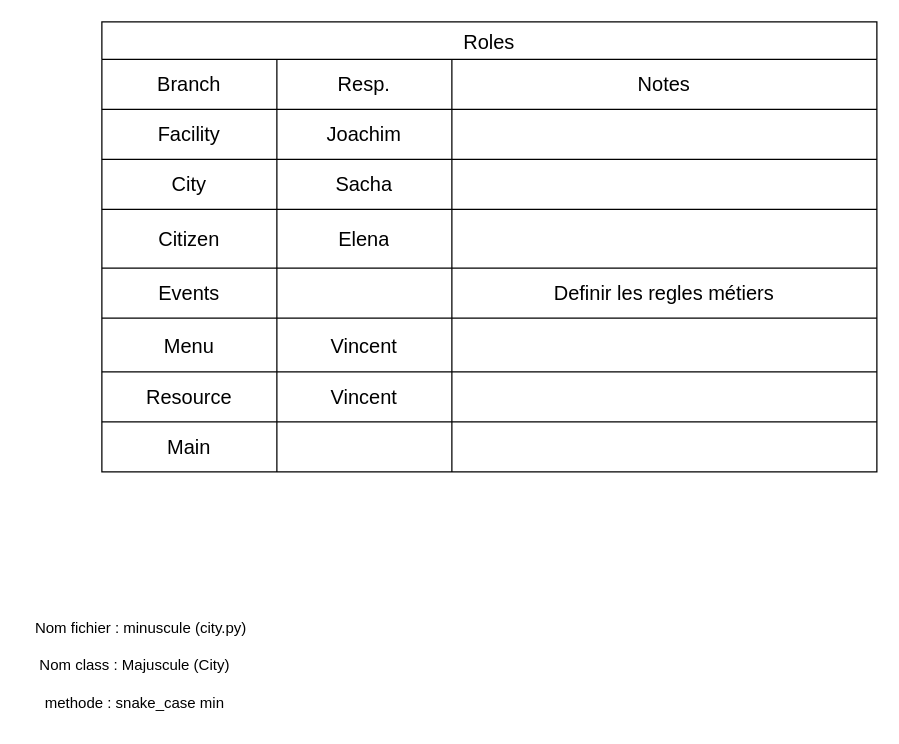
This is page "Page-2" (2 of 2) of Resources/CitySim_UML.drawio from elena-if3/Projet_POO_CitySim, a draw.io file, before an edit. Source tidied: cells renumbered, new cells numbered last; positions are measured from the earlier drawing's top-left corner, leaving out a move shared by most shapes. Both pictures are drawn from the tidied source at 125%, with x=0, y=0 at pixel (21, 21).
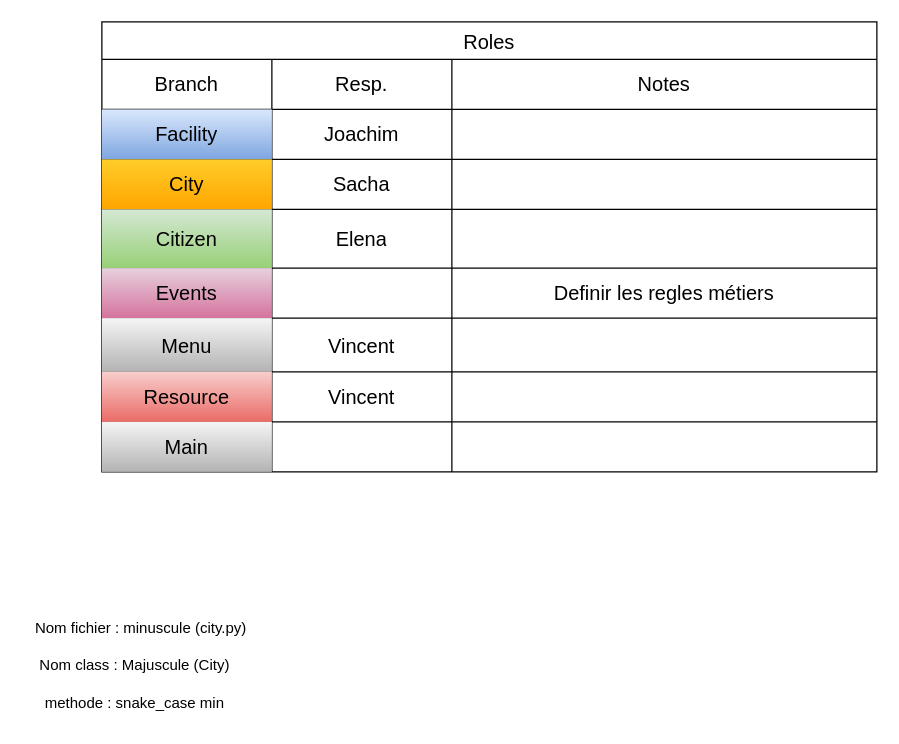
The same diagram, later.

The change refers to these unchanged cells:
```xml
<mxCell id="3" style="shape=tableRow;horizontal=0;startSize=0;swimlaneHead=0;swimlaneBody=0;strokeColor=inherit;top=0;left=0;bottom=0;right=0;fillColor=none;fontSize=16;" parent="2" vertex="1">
  <mxGeometry y="30" width="620" height="40" as="geometry" />
</mxCell>
<mxCell id="7" style="shape=tableRow;horizontal=0;startSize=0;swimlaneHead=0;swimlaneBody=0;strokeColor=inherit;top=0;left=0;bottom=0;right=0;fillColor=none;fontSize=16;" parent="2" vertex="1">
  <mxGeometry y="70" width="620" height="40" as="geometry" />
</mxCell>
<mxCell id="11" style="shape=tableRow;horizontal=0;startSize=0;swimlaneHead=0;swimlaneBody=0;strokeColor=inherit;top=0;left=0;bottom=0;right=0;fillColor=none;fontSize=16;" parent="2" vertex="1">
  <mxGeometry y="110" width="620" height="40" as="geometry" />
</mxCell>
<mxCell id="15" style="shape=tableRow;horizontal=0;startSize=0;swimlaneHead=0;swimlaneBody=0;strokeColor=inherit;top=0;left=0;bottom=0;right=0;fillColor=none;fontSize=16;" parent="2" vertex="1">
  <mxGeometry y="150" width="620" height="47" as="geometry" />
</mxCell>
<mxCell id="19" style="shape=tableRow;horizontal=0;startSize=0;swimlaneHead=0;swimlaneBody=0;strokeColor=inherit;top=0;left=0;bottom=0;right=0;fillColor=none;fontSize=16;" parent="2" vertex="1">
  <mxGeometry y="197" width="620" height="40" as="geometry" />
</mxCell>
<mxCell id="23" style="shape=tableRow;horizontal=0;startSize=0;swimlaneHead=0;swimlaneBody=0;strokeColor=inherit;top=0;left=0;bottom=0;right=0;fillColor=none;fontSize=16;" parent="2" vertex="1">
  <mxGeometry y="237" width="620" height="43" as="geometry" />
</mxCell>
<mxCell id="27" style="shape=tableRow;horizontal=0;startSize=0;swimlaneHead=0;swimlaneBody=0;strokeColor=inherit;top=0;left=0;bottom=0;right=0;fillColor=none;fontSize=16;" parent="2" vertex="1">
  <mxGeometry y="280" width="620" height="40" as="geometry" />
</mxCell>
<mxCell id="31" style="shape=tableRow;horizontal=0;startSize=0;swimlaneHead=0;swimlaneBody=0;strokeColor=inherit;top=0;left=0;bottom=0;right=0;fillColor=none;fontSize=16;" parent="2" vertex="1">
  <mxGeometry y="320" width="620" height="40" as="geometry" />
</mxCell>
```

Change to the diagram source:
```diff
@@
     <mxCell id="4" value="Branch" style="shape=partialRectangle;html=1;whiteSpace=wrap;strokeColor=inherit;overflow=hidden;fillColor=none;top=0;left=0;bottom=0;right=0;fontSize=16;" parent="3" vertex="1">
-      <mxGeometry width="140" height="40" as="geometry" />
+      <mxGeometry width="136" height="40" as="geometry" />
     </mxCell>
     <mxCell id="5" value="Resp." style="shape=partialRectangle;html=1;whiteSpace=wrap;strokeColor=inherit;overflow=hidden;fillColor=none;top=0;left=0;bottom=0;right=0;fontSize=16;" parent="3" vertex="1">
-      <mxGeometry x="140" width="140" height="40" as="geometry" />
+      <mxGeometry x="136" width="144" height="40" as="geometry" />
     </mxCell>
@@
-    <mxCell id="8" value="Facility" style="shape=partialRectangle;html=1;whiteSpace=wrap;strokeColor=inherit;overflow=hidden;fillColor=none;top=0;left=0;bottom=0;right=0;fontSize=16;" parent="7" vertex="1">
-      <mxGeometry width="140" height="40" as="geometry" />
+    <mxCell id="8" value="Facility" style="shape=partialRectangle;html=1;whiteSpace=wrap;strokeColor=#6c8ebf;overflow=hidden;fillColor=#dae8fc;top=0;left=0;bottom=0;right=0;fontSize=16;gradientColor=#7ea6e0;" parent="7" vertex="1">
+      <mxGeometry width="136" height="40" as="geometry" />
     </mxCell>
     <mxCell id="9" value="Joachim" style="shape=partialRectangle;html=1;whiteSpace=wrap;strokeColor=inherit;overflow=hidden;fillColor=none;top=0;left=0;bottom=0;right=0;fontSize=16;" parent="7" vertex="1">
-      <mxGeometry x="140" width="140" height="40" as="geometry" />
+      <mxGeometry x="136" width="144" height="40" as="geometry" />
     </mxCell>
@@
-    <mxCell id="12" value="City" style="shape=partialRectangle;html=1;whiteSpace=wrap;strokeColor=inherit;overflow=hidden;fillColor=none;top=0;left=0;bottom=0;right=0;fontSize=16;" parent="11" vertex="1">
-      <mxGeometry width="140" height="40" as="geometry" />
+    <mxCell id="12" value="City" style="shape=partialRectangle;html=1;whiteSpace=wrap;strokeColor=#d79b00;overflow=hidden;fillColor=#ffcd28;top=0;left=0;bottom=0;right=0;fontSize=16;gradientColor=#ffa500;" parent="11" vertex="1">
+      <mxGeometry width="136" height="40" as="geometry" />
     </mxCell>
     <mxCell id="13" value="Sacha" style="shape=partialRectangle;html=1;whiteSpace=wrap;strokeColor=inherit;overflow=hidden;fillColor=none;top=0;left=0;bottom=0;right=0;fontSize=16;" parent="11" vertex="1">
-      <mxGeometry x="140" width="140" height="40" as="geometry" />
+      <mxGeometry x="136" width="144" height="40" as="geometry" />
     </mxCell>
@@
-    <mxCell id="16" value="Citizen" style="shape=partialRectangle;html=1;whiteSpace=wrap;strokeColor=inherit;overflow=hidden;fillColor=none;top=0;left=0;bottom=0;right=0;fontSize=16;" parent="15" vertex="1">
-      <mxGeometry width="140" height="47" as="geometry" />
+    <mxCell id="16" value="Citizen" style="shape=partialRectangle;html=1;whiteSpace=wrap;strokeColor=#82b366;overflow=hidden;fillColor=#d5e8d4;top=0;left=0;bottom=0;right=0;fontSize=16;gradientColor=#97d077;" parent="15" vertex="1">
+      <mxGeometry width="136" height="47" as="geometry" />
     </mxCell>
     <mxCell id="17" value="Elena" style="shape=partialRectangle;html=1;whiteSpace=wrap;strokeColor=inherit;overflow=hidden;fillColor=none;top=0;left=0;bottom=0;right=0;fontSize=16;" parent="15" vertex="1">
-      <mxGeometry x="140" width="140" height="47" as="geometry" />
+      <mxGeometry x="136" width="144" height="47" as="geometry" />
     </mxCell>
@@
-    <mxCell id="20" value="Events" style="shape=partialRectangle;html=1;whiteSpace=wrap;strokeColor=inherit;overflow=hidden;fillColor=none;top=0;left=0;bottom=0;right=0;fontSize=16;" parent="19" vertex="1">
-      <mxGeometry width="140" height="40" as="geometry" />
+    <mxCell id="20" value="Events" style="shape=partialRectangle;html=1;whiteSpace=wrap;strokeColor=#996185;overflow=hidden;fillColor=#e6d0de;top=0;left=0;bottom=0;right=0;fontSize=16;gradientColor=#d5739d;" parent="19" vertex="1">
+      <mxGeometry width="136" height="40" as="geometry" />
     </mxCell>
     <mxCell id="21" style="shape=partialRectangle;html=1;whiteSpace=wrap;strokeColor=inherit;overflow=hidden;fillColor=none;top=0;left=0;bottom=0;right=0;fontSize=16;" parent="19" vertex="1">
-      <mxGeometry x="140" width="140" height="40" as="geometry" />
+      <mxGeometry x="136" width="144" height="40" as="geometry" />
     </mxCell>
@@
-    <mxCell id="24" value="Menu" style="shape=partialRectangle;html=1;whiteSpace=wrap;strokeColor=inherit;overflow=hidden;fillColor=none;top=0;left=0;bottom=0;right=0;fontSize=16;" parent="23" vertex="1">
-      <mxGeometry width="140" height="43" as="geometry" />
+    <mxCell id="24" value="Menu" style="shape=partialRectangle;html=1;whiteSpace=wrap;strokeColor=#666666;overflow=hidden;fillColor=#f5f5f5;top=0;left=0;bottom=0;right=0;fontSize=16;gradientColor=#b3b3b3;" parent="23" vertex="1">
+      <mxGeometry width="136" height="43" as="geometry" />
     </mxCell>
     <mxCell id="25" value="Vincent" style="shape=partialRectangle;html=1;whiteSpace=wrap;strokeColor=inherit;overflow=hidden;fillColor=none;top=0;left=0;bottom=0;right=0;fontSize=16;" parent="23" vertex="1">
-      <mxGeometry x="140" width="140" height="43" as="geometry" />
+      <mxGeometry x="136" width="144" height="43" as="geometry" />
     </mxCell>
@@
-    <mxCell id="28" value="Resource" style="shape=partialRectangle;html=1;whiteSpace=wrap;strokeColor=inherit;overflow=hidden;fillColor=none;top=0;left=0;bottom=0;right=0;fontSize=16;" parent="27" vertex="1">
-      <mxGeometry width="140" height="40" as="geometry" />
+    <mxCell id="28" value="Resource" style="shape=partialRectangle;html=1;whiteSpace=wrap;strokeColor=#b85450;overflow=hidden;fillColor=#f8cecc;top=0;left=0;bottom=0;right=0;fontSize=16;gradientColor=#ea6b66;" parent="27" vertex="1">
+      <mxGeometry width="136" height="40" as="geometry" />
     </mxCell>
     <mxCell id="29" value="Vincent" style="shape=partialRectangle;html=1;whiteSpace=wrap;strokeColor=inherit;overflow=hidden;fillColor=none;top=0;left=0;bottom=0;right=0;fontSize=16;" parent="27" vertex="1">
-      <mxGeometry x="140" width="140" height="40" as="geometry" />
+      <mxGeometry x="136" width="144" height="40" as="geometry" />
     </mxCell>
@@
-    <mxCell id="32" value="Main" style="shape=partialRectangle;html=1;whiteSpace=wrap;strokeColor=inherit;overflow=hidden;fillColor=none;top=0;left=0;bottom=0;right=0;fontSize=16;" parent="31" vertex="1">
-      <mxGeometry width="140" height="40" as="geometry" />
+    <mxCell id="32" value="Main" style="shape=partialRectangle;html=1;whiteSpace=wrap;strokeColor=#666666;overflow=hidden;fillColor=#f5f5f5;top=0;left=0;bottom=0;right=0;fontSize=16;gradientColor=#b3b3b3;" parent="31" vertex="1">
+      <mxGeometry width="136" height="40" as="geometry" />
     </mxCell>
     <mxCell id="33" style="shape=partialRectangle;html=1;whiteSpace=wrap;strokeColor=inherit;overflow=hidden;fillColor=none;top=0;left=0;bottom=0;right=0;fontSize=16;" parent="31" vertex="1">
-      <mxGeometry x="140" width="140" height="40" as="geometry" />
+      <mxGeometry x="136" width="144" height="40" as="geometry" />
     </mxCell>
```
